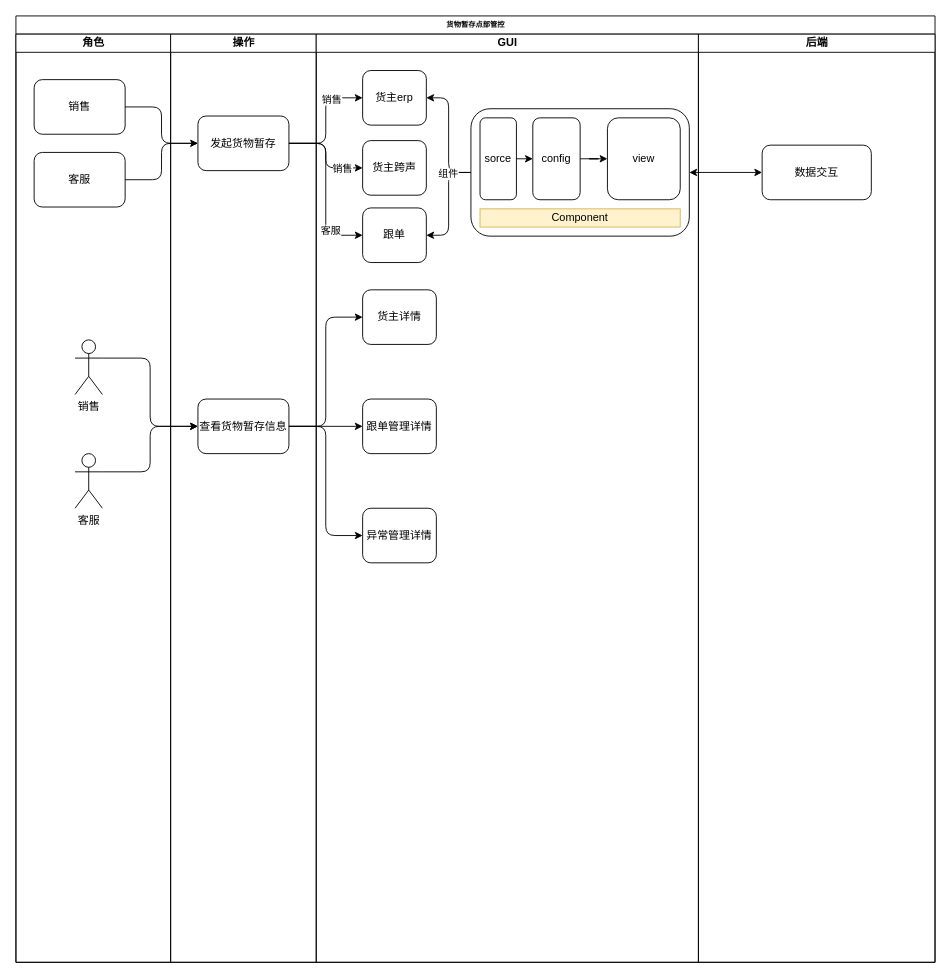
This is 货物暂存点部管控.drawio from wenwenwei/-, a draw.io file, before an edit. Source tidied: cells renumbered, new cells numbered last; positions are measured from the earlier drawing's top-left corner, leaving out a move shared by most shapes. Both pictures are drawn from the tidied source at 91%, with x=0, y=0 at pixel (15, 15).
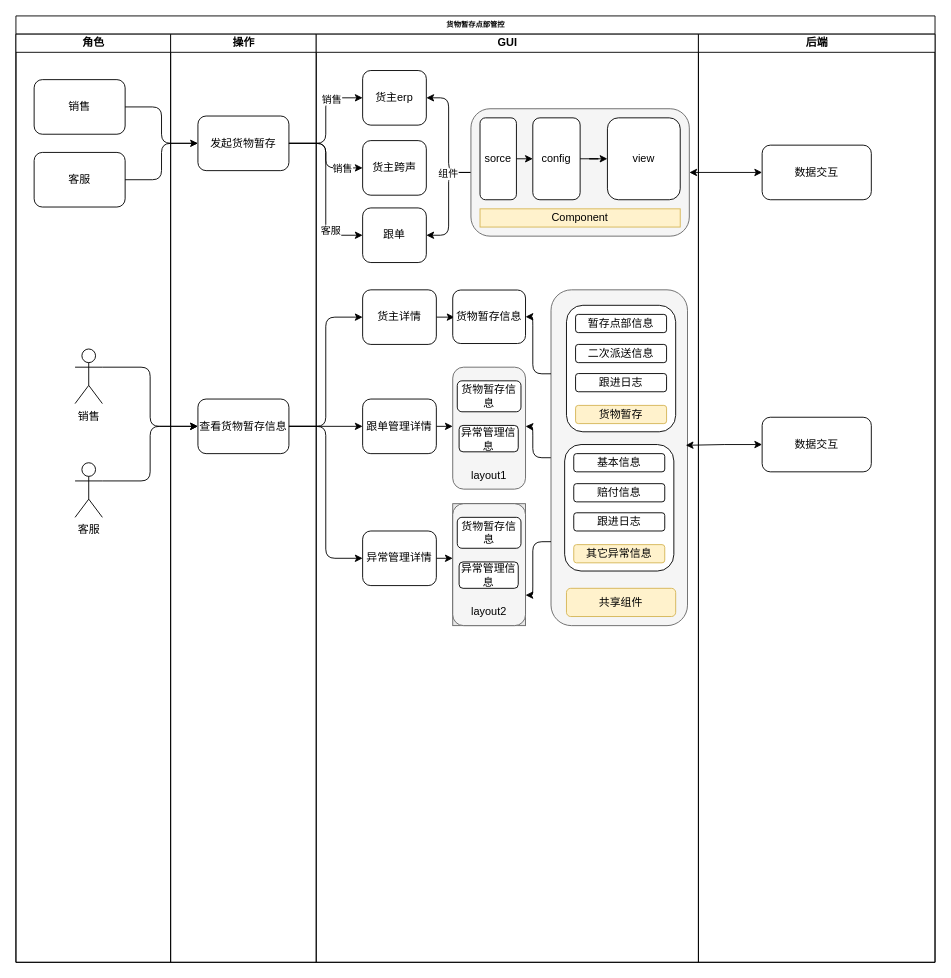
The same diagram, later.

Commit message:
更新货物暂存点部管控.drawio

Unchanged cells that the change refers to:
```xml
<mxCell id="2" value="货物暂存点部管控" style="swimlane;html=1;startSize=20;rounded=0;shadow=0;labelBackgroundColor=none;strokeWidth=1;fontFamily=Verdana;fontSize=8;align=center;" parent="1" vertex="1">
  <mxGeometry width="1010" height="1040" as="geometry" />
</mxCell>
<mxCell id="3" value="角色" style="swimlane;html=1;startSize=20;" parent="2" vertex="1">
  <mxGeometry y="20" width="170" height="1020" as="geometry" />
</mxCell>
<mxCell id="20" value="GUI" style="swimlane;html=1;startSize=20;" parent="2" vertex="1">
  <mxGeometry x="330" y="20" width="420" height="1020" as="geometry" />
</mxCell>
<mxCell id="27" style="group;" parent="20" vertex="1">
  <mxGeometry x="170" y="82" width="240" height="140" as="geometry" />
</mxCell>
<mxCell id="39" value="跟单管理详情" style="rounded=1;whiteSpace=wrap;html=1;" parent="20" vertex="1">
  <mxGeometry x="51" y="401" width="81" height="60" as="geometry" />
</mxCell>
<mxCell id="40" value="货主详情" style="rounded=1;whiteSpace=wrap;html=1;" parent="20" vertex="1">
  <mxGeometry x="51" y="281" width="81" height="60" as="geometry" />
</mxCell>
<mxCell id="41" value="后端" style="swimlane;html=1;startSize=20;" parent="2" vertex="1">
  <mxGeometry x="750" y="20" width="260" height="1020" as="geometry" />
</mxCell>
```

The edit, as a diff of the source:
```diff
@@
     <mxCell id="6" value="销售" style="shape=umlActor;verticalLabelPosition=bottom;verticalAlign=top;html=1;outlineConnect=0;" parent="3" vertex="1">
-      <mxGeometry x="65" y="336" width="30" height="60" as="geometry" />
+      <mxGeometry x="65" y="346" width="30" height="60" as="geometry" />
     </mxCell>
     <mxCell id="7" value="客服" style="shape=umlActor;verticalLabelPosition=bottom;verticalAlign=top;html=1;outlineConnect=0;" parent="3" vertex="1">
-      <mxGeometry x="65" y="461" width="30" height="60" as="geometry" />
+      <mxGeometry x="65" y="471" width="30" height="60" as="geometry" />
     </mxCell>
@@
-    <mxCell id="28" style="rounded=1;whiteSpace=wrap;html=1;" parent="27" vertex="1">
+    <mxCell id="28" style="rounded=1;whiteSpace=wrap;html=1;fillColor=#f5f5f5;fontColor=#333333;strokeColor=#666666;" parent="27" vertex="1">
       <mxGeometry width="240" height="140" as="geometry" />
     </mxCell>
@@
+    <mxCell id="48" style="edgeStyle=orthogonalEdgeStyle;rounded=0;jettySize=auto;html=1;exitX=1;exitY=0.5;exitDx=0;exitDy=0;" parent="20" edge="1" source="38">
+      <mxGeometry relative="1" as="geometry">
+        <mxPoint x="150" y="576" as="targetPoint" />
+      </mxGeometry>
+    </mxCell>
     <mxCell id="38" value="异常管理详情" style="rounded=1;whiteSpace=wrap;html=1;" parent="20" vertex="1">
-      <mxGeometry x="51" y="521" width="81" height="60" as="geometry" />
+      <mxGeometry x="51" y="546" width="81" height="60" as="geometry" />
     </mxCell>
+    <mxCell id="49" style="edgeStyle=orthogonalEdgeStyle;rounded=0;jettySize=auto;html=1;exitX=1;exitY=0.5;exitDx=0;exitDy=0;" parent="20" edge="1" source="39">
+      <mxGeometry relative="1" as="geometry">
+        <mxPoint x="150" y="431" as="targetPoint" />
+      </mxGeometry>
+    </mxCell>
@@
+    <mxCell id="50" style="edgeStyle=orthogonalEdgeStyle;rounded=0;jettySize=auto;html=1;exitX=1;exitY=0.5;exitDx=0;exitDy=0;" parent="20" edge="1" source="40" target="51">
+      <mxGeometry relative="1" as="geometry" />
+    </mxCell>
@@
+    <mxCell id="51" value="货物暂存信息" style="rounded=1;whiteSpace=wrap;html=1;" parent="20" vertex="1">
+      <mxGeometry x="150" y="281.2" width="80" height="58.8" as="geometry" />
+    </mxCell>
+    <mxCell id="52" style="group;" parent="20" vertex="1">
+      <mxGeometry x="150" y="366" width="80" height="134" as="geometry" />
+    </mxCell>
+    <mxCell id="53" style="rounded=1;whiteSpace=wrap;html=1;fillColor=#f5f5f5;fontColor=#333333;strokeColor=#666666;" parent="52" vertex="1">
+      <mxGeometry width="80" height="134" as="geometry" />
+    </mxCell>
+    <mxCell id="54" value="货物暂存信息" style="rounded=1;whiteSpace=wrap;html=1;" parent="52" vertex="1">
+      <mxGeometry x="5" y="15" width="70" height="34" as="geometry" />
+    </mxCell>
+    <mxCell id="55" value="异常管理信息" style="rounded=1;whiteSpace=wrap;html=1;" parent="52" vertex="1">
+      <mxGeometry x="7" y="64" width="65" height="29" as="geometry" />
+    </mxCell>
+    <mxCell id="56" value="layout1" style="text;html=1;align=center;verticalAlign=middle;whiteSpace=wrap;rounded=0;" parent="52" vertex="1">
+      <mxGeometry x="10" y="104" width="60" height="30" as="geometry" />
+    </mxCell>
+    <mxCell id="57" style="group;" parent="20" vertex="1">
+      <mxGeometry x="258" y="281" width="150" height="369" as="geometry" />
+    </mxCell>
+    <mxCell id="58" style="edgeStyle=orthogonalEdgeStyle;rounded=1;jettySize=auto;html=1;exitX=0;exitY=0.5;exitDx=0;exitDy=0;curved=0;" parent="57" edge="1" source="59">
+      <mxGeometry relative="1" as="geometry">
+        <mxPoint x="-28" y="150" as="targetPoint" />
+      </mxGeometry>
+    </mxCell>
+    <mxCell id="59" style="rounded=1;whiteSpace=wrap;html=1;fillColor=#f5f5f5;strokeColor=#666666;fontColor=#333333;" parent="57" vertex="1">
+      <mxGeometry width="150" height="369" as="geometry" />
+    </mxCell>
+    <mxCell id="60" style="group;" parent="57" vertex="1">
+      <mxGeometry x="15" y="170" width="120" height="139" as="geometry" />
+    </mxCell>
+    <mxCell id="61" style="rounded=1;whiteSpace=wrap;html=1;" parent="60" vertex="1">
+      <mxGeometry width="120" height="139" as="geometry" />
+    </mxCell>
+    <mxCell id="62" value="基本信息" style="rounded=1;whiteSpace=wrap;html=1;" parent="60" vertex="1">
+      <mxGeometry x="10" y="10" width="100" height="20" as="geometry" />
+    </mxCell>
+    <mxCell id="63" value="赔付信息" style="rounded=1;whiteSpace=wrap;html=1;" parent="60" vertex="1">
+      <mxGeometry x="10" y="43" width="100" height="20" as="geometry" />
+    </mxCell>
+    <mxCell id="64" value="跟进日志" style="rounded=1;whiteSpace=wrap;html=1;" parent="60" vertex="1">
+      <mxGeometry x="10" y="75" width="100" height="20" as="geometry" />
+    </mxCell>
+    <mxCell id="65" value="其它异常信息" style="rounded=1;whiteSpace=wrap;html=1;fillColor=#fff2cc;strokeColor=#d6b656;" parent="60" vertex="1">
+      <mxGeometry x="10" y="110" width="100" height="20" as="geometry" />
+    </mxCell>
+    <mxCell id="66" style="group;" parent="57" vertex="1">
+      <mxGeometry x="17" y="17" width="120" height="139" as="geometry" />
+    </mxCell>
+    <mxCell id="67" style="rounded=1;whiteSpace=wrap;html=1;" parent="66" vertex="1">
+      <mxGeometry width="120" height="139" as="geometry" />
+    </mxCell>
+    <mxCell id="68" value="暂存点部信息" style="rounded=1;whiteSpace=wrap;html=1;" parent="66" vertex="1">
+      <mxGeometry x="10" y="10" width="100" height="20" as="geometry" />
+    </mxCell>
+    <mxCell id="69" value="二次派送信息" style="rounded=1;whiteSpace=wrap;html=1;" parent="66" vertex="1">
+      <mxGeometry x="10" y="43" width="100" height="20" as="geometry" />
+    </mxCell>
+    <mxCell id="70" value="跟进日志" style="rounded=1;whiteSpace=wrap;html=1;" parent="66" vertex="1">
+      <mxGeometry x="10" y="75" width="100" height="20" as="geometry" />
+    </mxCell>
+    <mxCell id="71" value="货物暂存" style="rounded=1;whiteSpace=wrap;html=1;fillColor=#fff2cc;strokeColor=#d6b656;" parent="66" vertex="1">
+      <mxGeometry x="10" y="110" width="100" height="20" as="geometry" />
+    </mxCell>
+    <mxCell id="72" value="共享组件" style="rounded=1;whiteSpace=wrap;html=1;fillColor=#fff2cc;strokeColor=#d6b656;" parent="57" vertex="1">
+      <mxGeometry x="17" y="328" width="120" height="31" as="geometry" />
+    </mxCell>
+    <mxCell id="73" style="edgeStyle=orthogonalEdgeStyle;rounded=1;jettySize=auto;html=1;exitX=0;exitY=0.25;exitDx=0;exitDy=0;entryX=1;entryY=0.5;entryDx=0;entryDy=0;curved=0;" parent="20" edge="1" source="59" target="51">
+      <mxGeometry relative="1" as="geometry" />
+    </mxCell>
@@
+    <mxCell id="74" value="数据交互" style="rounded=1;whiteSpace=wrap;html=1;" parent="41" vertex="1">
+      <mxGeometry x="70" y="421" width="120" height="60" as="geometry" />
+    </mxCell>
@@
+    <mxCell id="75" style="edgeStyle=orthogonalEdgeStyle;rounded=0;jettySize=auto;html=1;exitX=0;exitY=0.5;exitDx=0;exitDy=0;entryX=0.987;entryY=0.463;entryDx=0;entryDy=0;entryPerimeter=0;startArrow=classic;startFill=1;" parent="2" edge="1" source="74" target="59">
+      <mxGeometry relative="1" as="geometry" />
+    </mxCell>
+    <mxCell id="76" style="group;fillColor=#E8E8E8;fontColor=#333333;strokeColor=#666666;" parent="1" vertex="1">
+      <mxGeometry x="480" y="536" width="80" height="134" as="geometry" />
+    </mxCell>
+    <mxCell id="77" style="edgeStyle=orthogonalEdgeStyle;rounded=1;jettySize=auto;html=1;exitX=0;exitY=0.75;exitDx=0;exitDy=0;entryX=1;entryY=0.75;entryDx=0;entryDy=0;curved=0;" parent="1" edge="1" source="59" target="78">
+      <mxGeometry relative="1" as="geometry" />
+    </mxCell>
+    <mxCell id="78" style="rounded=1;whiteSpace=wrap;html=1;fillColor=#f5f5f5;fontColor=#333333;strokeColor=#666666;" parent="1" vertex="1">
+      <mxGeometry x="480" y="536" width="80" height="134" as="geometry" />
+    </mxCell>
+    <mxCell id="79" value="货物暂存信息" style="rounded=1;whiteSpace=wrap;html=1;" parent="1" vertex="1">
+      <mxGeometry x="485" y="551" width="70" height="34" as="geometry" />
+    </mxCell>
+    <mxCell id="80" value="异常管理信息" style="rounded=1;whiteSpace=wrap;html=1;" parent="1" vertex="1">
+      <mxGeometry x="487" y="600" width="65" height="29" as="geometry" />
+    </mxCell>
+    <mxCell id="81" value="layout2" style="text;html=1;align=center;verticalAlign=middle;whiteSpace=wrap;rounded=0;" parent="1" vertex="1">
+      <mxGeometry x="490" y="640" width="60" height="30" as="geometry" />
+    </mxCell>
```
